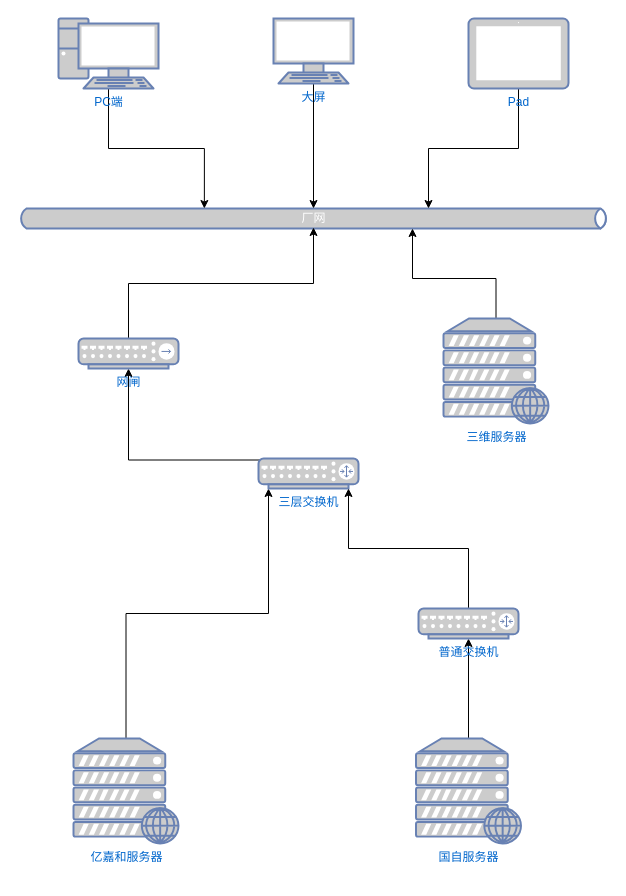
Before: 王曲电厂网络拓扑图.drawio in wangyufei0807/draw, a draw.io diagram. Source tidied: cells renumbered, new cells numbered last; positions are measured from the earlier drawing's top-left corner, leaving out a move shared by most shapes. Both pictures are drawn from the tidied source at 100%, with x=0, y=0 at pixel (18, 18).
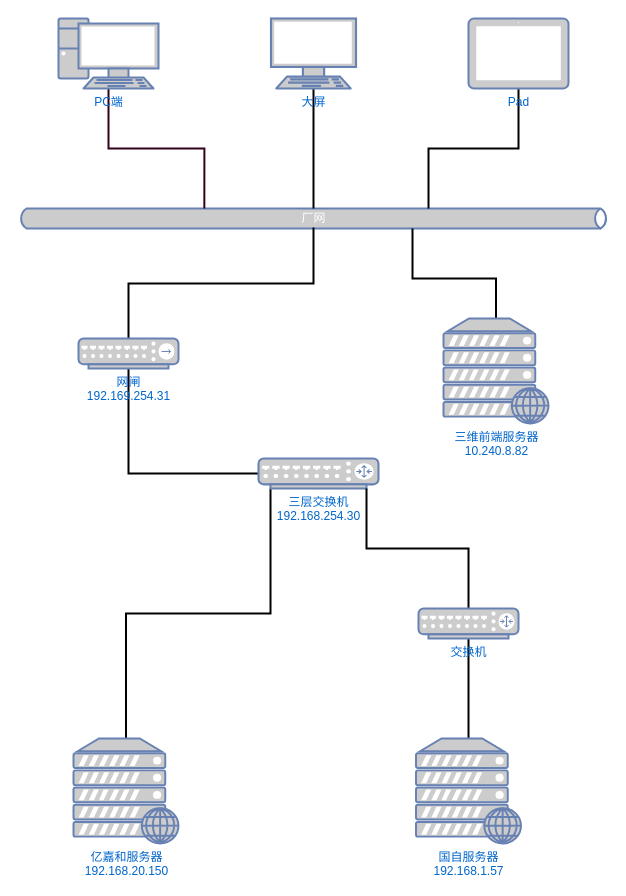
Above is the later version.

Commit message (it also covers changes not shown here):
Update 王曲电厂网络拓扑图.drawio

The change refers to these unchanged cells:
```xml
<mxCell id="10" value="厂网" style="html=1;outlineConnect=0;fillColor=#CCCCCC;strokeColor=#6881B3;gradientColor=none;gradientDirection=north;strokeWidth=2;shape=mxgraph.networks.bus;gradientColor=none;gradientDirection=north;fontColor=#ffffff;perimeter=backbonePerimeter;backboneSize=20;" parent="1" vertex="1">
  <mxGeometry y="190" width="590" height="20" as="geometry" />
</mxCell>
<mxCell id="16" value="PC端" style="fontColor=#0066CC;verticalAlign=top;verticalLabelPosition=bottom;labelPosition=center;align=center;html=1;outlineConnect=0;fillColor=#CCCCCC;strokeColor=#6881B3;gradientColor=none;gradientDirection=north;strokeWidth=2;shape=mxgraph.networks.pc;" parent="1" vertex="1">
  <mxGeometry x="40" width="100" height="70" as="geometry" />
</mxCell>
<mxCell id="20" value="Pad" style="fontColor=#0066CC;verticalAlign=top;verticalLabelPosition=bottom;labelPosition=center;align=center;html=1;outlineConnect=0;fillColor=#CCCCCC;strokeColor=#6881B3;gradientColor=none;gradientDirection=north;strokeWidth=2;shape=mxgraph.networks.tablet;" parent="1" vertex="1">
  <mxGeometry x="450" width="100" height="70" as="geometry" />
</mxCell>
```

The edit, as a diff of the source:
```diff
@@
-    <mxCell id="2" style="edgeStyle=orthogonalEdgeStyle;rounded=0;jettySize=auto;html=1;exitX=0.5;exitY=0;exitDx=0;exitDy=0;exitPerimeter=0;entryX=0.1;entryY=1;entryDx=0;entryDy=0;entryPerimeter=0;" parent="1" edge="1" source="3" target="7">
+    <mxCell id="2" style="edgeStyle=orthogonalEdgeStyle;rounded=0;jettySize=auto;html=1;exitX=0.5;exitY=0;exitDx=0;exitDy=0;exitPerimeter=0;entryX=0.1;entryY=1;entryDx=0;entryDy=0;entryPerimeter=0;strokeWidth=2;endArrow=none;endFill=0;" parent="1" edge="1" source="3" target="7">
       <mxGeometry relative="1" as="geometry" />
     </mxCell>
-    <mxCell id="3" value="亿嘉和服务器" style="fontColor=#0066CC;verticalAlign=top;verticalLabelPosition=bottom;labelPosition=center;align=center;html=1;outlineConnect=0;fillColor=#CCCCCC;strokeColor=#6881B3;gradientColor=none;gradientDirection=north;strokeWidth=2;shape=mxgraph.networks.web_server;" parent="1" vertex="1">
+    <mxCell id="3" value="亿嘉和服务器&lt;br&gt;192.168.20.150" style="fontColor=#0066CC;verticalAlign=top;verticalLabelPosition=bottom;labelPosition=center;align=center;html=1;outlineConnect=0;fillColor=#CCCCCC;strokeColor=#6881B3;gradientColor=none;gradientDirection=north;strokeWidth=2;shape=mxgraph.networks.web_server;" parent="1" vertex="1">
       <mxGeometry x="55" y="720" width="105" height="105" as="geometry" />
     </mxCell>
-    <mxCell id="4" style="edgeStyle=orthogonalEdgeStyle;rounded=0;jettySize=auto;html=1;exitX=0.5;exitY=0;exitDx=0;exitDy=0;exitPerimeter=0;" parent="1" edge="1" source="5" target="9">
+    <mxCell id="4" style="edgeStyle=orthogonalEdgeStyle;rounded=0;jettySize=auto;html=1;exitX=0.5;exitY=0;exitDx=0;exitDy=0;exitPerimeter=0;strokeWidth=2;endArrow=none;endFill=0;" parent="1" edge="1" source="5" target="9">
       <mxGeometry relative="1" as="geometry" />
     </mxCell>
-    <mxCell id="5" value="国自服务器" style="fontColor=#0066CC;verticalAlign=top;verticalLabelPosition=bottom;labelPosition=center;align=center;html=1;outlineConnect=0;fillColor=#CCCCCC;strokeColor=#6881B3;gradientColor=none;gradientDirection=north;strokeWidth=2;shape=mxgraph.networks.web_server;" parent="1" vertex="1">
+    <mxCell id="5" value="国自服务器&lt;br&gt;192.168.1.57" style="fontColor=#0066CC;verticalAlign=top;verticalLabelPosition=bottom;labelPosition=center;align=center;html=1;outlineConnect=0;fillColor=#CCCCCC;strokeColor=#6881B3;gradientColor=none;gradientDirection=north;strokeWidth=2;shape=mxgraph.networks.web_server;" parent="1" vertex="1">
       <mxGeometry x="397.5" y="720" width="105" height="105" as="geometry" />
     </mxCell>
-    <mxCell id="6" style="edgeStyle=orthogonalEdgeStyle;rounded=0;jettySize=auto;html=1;exitX=0.05;exitY=0.05;exitDx=0;exitDy=0;exitPerimeter=0;" parent="1" edge="1" source="7" target="12">
+    <mxCell id="6" style="edgeStyle=orthogonalEdgeStyle;rounded=0;jettySize=auto;html=1;strokeWidth=2;endArrow=none;endFill=0;" parent="1" edge="1" source="7" target="12">
       <mxGeometry relative="1" as="geometry" />
     </mxCell>
-    <mxCell id="7" value="三层交换机" style="fontColor=#0066CC;verticalAlign=top;verticalLabelPosition=bottom;labelPosition=center;align=center;html=1;outlineConnect=0;fillColor=#CCCCCC;strokeColor=#6881B3;gradientColor=none;gradientDirection=north;strokeWidth=2;shape=mxgraph.networks.router;" parent="1" vertex="1">
-      <mxGeometry x="240" y="440" width="100" height="30" as="geometry" />
+    <mxCell id="7" value="三层交换机&lt;br&gt;192.168.254.30" style="fontColor=#0066CC;verticalAlign=top;verticalLabelPosition=bottom;labelPosition=center;align=center;html=1;outlineConnect=0;fillColor=#CCCCCC;strokeColor=#6881B3;gradientColor=none;gradientDirection=north;strokeWidth=2;shape=mxgraph.networks.router;" parent="1" vertex="1">
+      <mxGeometry x="240" y="440" width="120" height="30" as="geometry" />
     </mxCell>
-    <mxCell id="8" style="edgeStyle=orthogonalEdgeStyle;rounded=0;jettySize=auto;html=1;exitX=0.5;exitY=0;exitDx=0;exitDy=0;exitPerimeter=0;entryX=0.9;entryY=1;entryDx=0;entryDy=0;entryPerimeter=0;" parent="1" edge="1" source="9" target="7">
+    <mxCell id="8" style="edgeStyle=orthogonalEdgeStyle;rounded=0;jettySize=auto;html=1;exitX=0.5;exitY=0;exitDx=0;exitDy=0;exitPerimeter=0;entryX=0.9;entryY=1;entryDx=0;entryDy=0;entryPerimeter=0;strokeWidth=2;endArrow=none;endFill=0;" parent="1" edge="1" source="9" target="7">
       <mxGeometry relative="1" as="geometry" />
     </mxCell>
-    <mxCell id="9" value="普通交换机" style="fontColor=#0066CC;verticalAlign=top;verticalLabelPosition=bottom;labelPosition=center;align=center;html=1;outlineConnect=0;fillColor=#CCCCCC;strokeColor=#6881B3;gradientColor=none;gradientDirection=north;strokeWidth=2;shape=mxgraph.networks.router;" parent="1" vertex="1">
+    <mxCell id="9" value="交换机" style="fontColor=#0066CC;verticalAlign=top;verticalLabelPosition=bottom;labelPosition=center;align=center;html=1;outlineConnect=0;fillColor=#CCCCCC;strokeColor=#6881B3;gradientColor=none;gradientDirection=north;strokeWidth=2;shape=mxgraph.networks.router;" parent="1" vertex="1">
       <mxGeometry x="400" y="590" width="100" height="30" as="geometry" />
     </mxCell>
@@
-    <mxCell id="11" style="edgeStyle=orthogonalEdgeStyle;rounded=0;jettySize=auto;html=1;exitX=0.5;exitY=0;exitDx=0;exitDy=0;exitPerimeter=0;" parent="1" edge="1" source="12" target="10">
+    <mxCell id="11" style="edgeStyle=orthogonalEdgeStyle;rounded=0;jettySize=auto;html=1;exitX=0.5;exitY=0;exitDx=0;exitDy=0;exitPerimeter=0;endArrow=none;endFill=0;strokeWidth=2;" parent="1" edge="1" source="12" target="10">
       <mxGeometry relative="1" as="geometry" />
     </mxCell>
-    <mxCell id="12" value="网闸" style="fontColor=#0066CC;verticalAlign=top;verticalLabelPosition=bottom;labelPosition=center;align=center;html=1;outlineConnect=0;fillColor=#CCCCCC;strokeColor=#6881B3;gradientColor=none;gradientDirection=north;strokeWidth=2;shape=mxgraph.networks.hub;" parent="1" vertex="1">
+    <mxCell id="12" value="网闸&lt;br&gt;192.169.254.31" style="fontColor=#0066CC;verticalAlign=top;verticalLabelPosition=bottom;labelPosition=center;align=center;html=1;outlineConnect=0;fillColor=#CCCCCC;strokeColor=#6881B3;gradientColor=none;gradientDirection=north;strokeWidth=2;shape=mxgraph.networks.hub;" parent="1" vertex="1">
       <mxGeometry x="60" y="320" width="100" height="30" as="geometry" />
     </mxCell>
-    <mxCell id="13" style="edgeStyle=orthogonalEdgeStyle;rounded=0;jettySize=auto;html=1;exitX=0.5;exitY=0;exitDx=0;exitDy=0;exitPerimeter=0;" parent="1" edge="1" source="14">
+    <mxCell id="13" style="edgeStyle=orthogonalEdgeStyle;rounded=0;jettySize=auto;html=1;exitX=0.5;exitY=0;exitDx=0;exitDy=0;exitPerimeter=0;strokeWidth=2;endArrow=none;endFill=0;" parent="1" edge="1" source="14">
       <mxGeometry relative="1" as="geometry">
         <mxPoint x="394" y="210" as="targetPoint" />
         <Array as="points">
           <mxPoint x="478" y="260" />
           <mxPoint x="394" y="260" />
         </Array>
       </mxGeometry>
     </mxCell>
-    <mxCell id="14" value="三维服务器" style="fontColor=#0066CC;verticalAlign=top;verticalLabelPosition=bottom;labelPosition=center;align=center;html=1;outlineConnect=0;fillColor=#CCCCCC;strokeColor=#6881B3;gradientColor=none;gradientDirection=north;strokeWidth=2;shape=mxgraph.networks.web_server;" parent="1" vertex="1">
+    <mxCell id="14" value="三维前端服务器&lt;br&gt;10.240.8.82" style="fontColor=#0066CC;verticalAlign=top;verticalLabelPosition=bottom;labelPosition=center;align=center;html=1;outlineConnect=0;fillColor=#CCCCCC;strokeColor=#6881B3;gradientColor=none;gradientDirection=north;strokeWidth=2;shape=mxgraph.networks.web_server;" parent="1" vertex="1">
       <mxGeometry x="425" y="300" width="105" height="105" as="geometry" />
     </mxCell>
-    <mxCell id="15" style="edgeStyle=orthogonalEdgeStyle;rounded=0;jettySize=auto;html=1;exitX=0.5;exitY=1;exitDx=0;exitDy=0;exitPerimeter=0;entryX=0.315;entryY=0;entryDx=0;entryDy=0;entryPerimeter=0;" parent="1" edge="1" source="16" target="10">
+    <mxCell id="15" style="edgeStyle=orthogonalEdgeStyle;rounded=0;jettySize=auto;html=1;exitX=0.5;exitY=1;exitDx=0;exitDy=0;exitPerimeter=0;entryX=0.315;entryY=0;entryDx=0;entryDy=0;entryPerimeter=0;endArrow=none;endFill=0;strokeWidth=2;fillColor=#d5e8d4;strokeColor=#33001A;" parent="1" edge="1" source="16" target="10">
       <mxGeometry relative="1" as="geometry" />
     </mxCell>
@@
-    <mxCell id="17" style="edgeStyle=orthogonalEdgeStyle;rounded=0;jettySize=auto;html=1;exitX=0.5;exitY=1;exitDx=0;exitDy=0;exitPerimeter=0;" parent="1" edge="1" source="18" target="10">
+    <mxCell id="17" style="edgeStyle=orthogonalEdgeStyle;rounded=0;jettySize=auto;html=1;exitX=0.5;exitY=1;exitDx=0;exitDy=0;exitPerimeter=0;endArrow=none;endFill=0;strokeWidth=2;fillColor=#d5e8d4;" parent="1" edge="1" source="18" target="10">
       <mxGeometry relative="1" as="geometry" />
     </mxCell>
     <mxCell id="18" value="大屏" style="fontColor=#0066CC;verticalAlign=top;verticalLabelPosition=bottom;labelPosition=center;align=center;html=1;outlineConnect=0;fillColor=#CCCCCC;strokeColor=#6881B3;gradientColor=none;gradientDirection=north;strokeWidth=2;shape=mxgraph.networks.terminal;" parent="1" vertex="1">
-      <mxGeometry x="255" width="80" height="65" as="geometry" />
+      <mxGeometry x="252.5" width="85" height="70" as="geometry" />
     </mxCell>
-    <mxCell id="19" style="edgeStyle=orthogonalEdgeStyle;rounded=0;jettySize=auto;html=1;exitX=0.5;exitY=1;exitDx=0;exitDy=0;exitPerimeter=0;" parent="1" edge="1" source="20" target="10">
+    <mxCell id="19" style="edgeStyle=orthogonalEdgeStyle;rounded=0;jettySize=auto;html=1;exitX=0.5;exitY=1;exitDx=0;exitDy=0;exitPerimeter=0;endArrow=none;endFill=0;strokeWidth=2;" parent="1" edge="1" source="20" target="10">
       <mxGeometry relative="1" as="geometry">
         <Array as="points">
           <mxPoint x="500" y="130" />
           <mxPoint x="410" y="130" />
         </Array>
       </mxGeometry>
     </mxCell>
```
